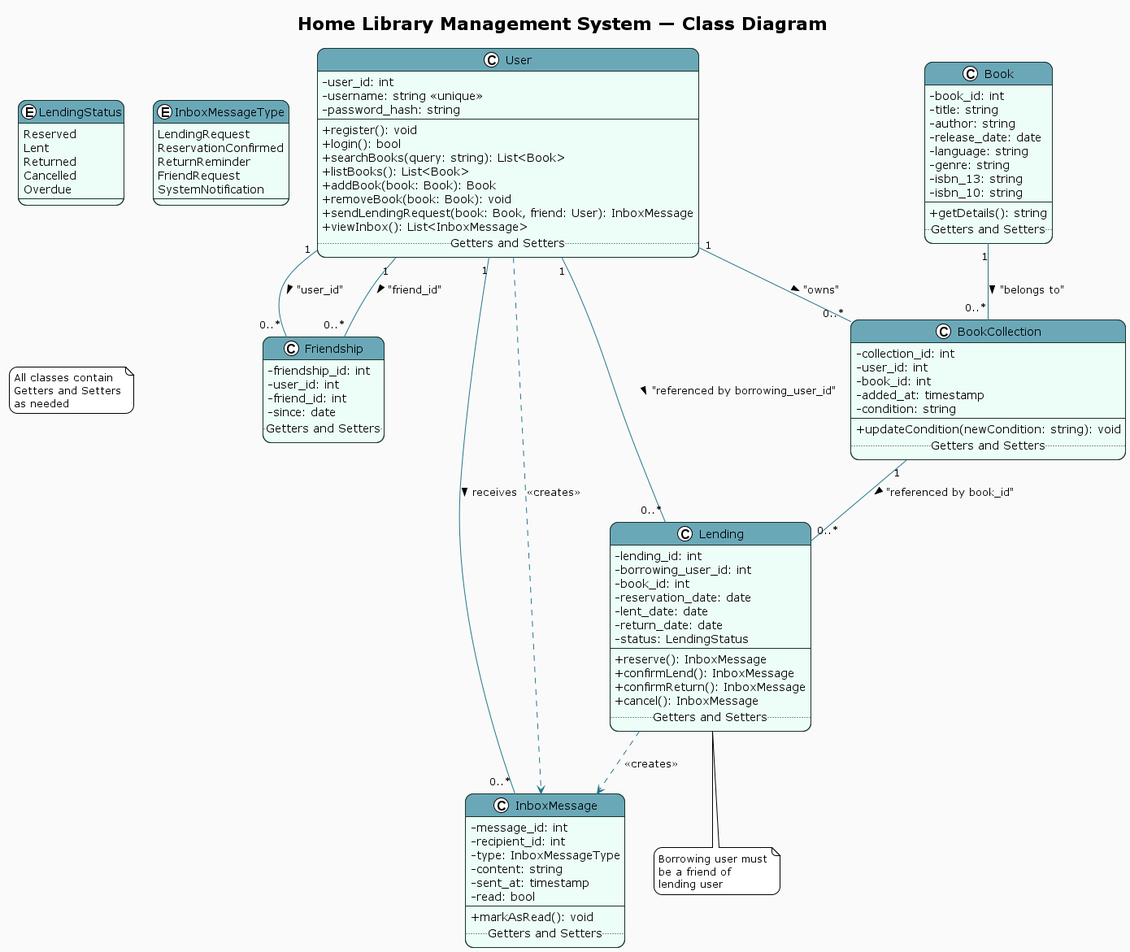
The PlantUML diagram docs/diagrams/out/library_class_diagram.png in c0pson/026_DSA_4_COPEK, before a commit.
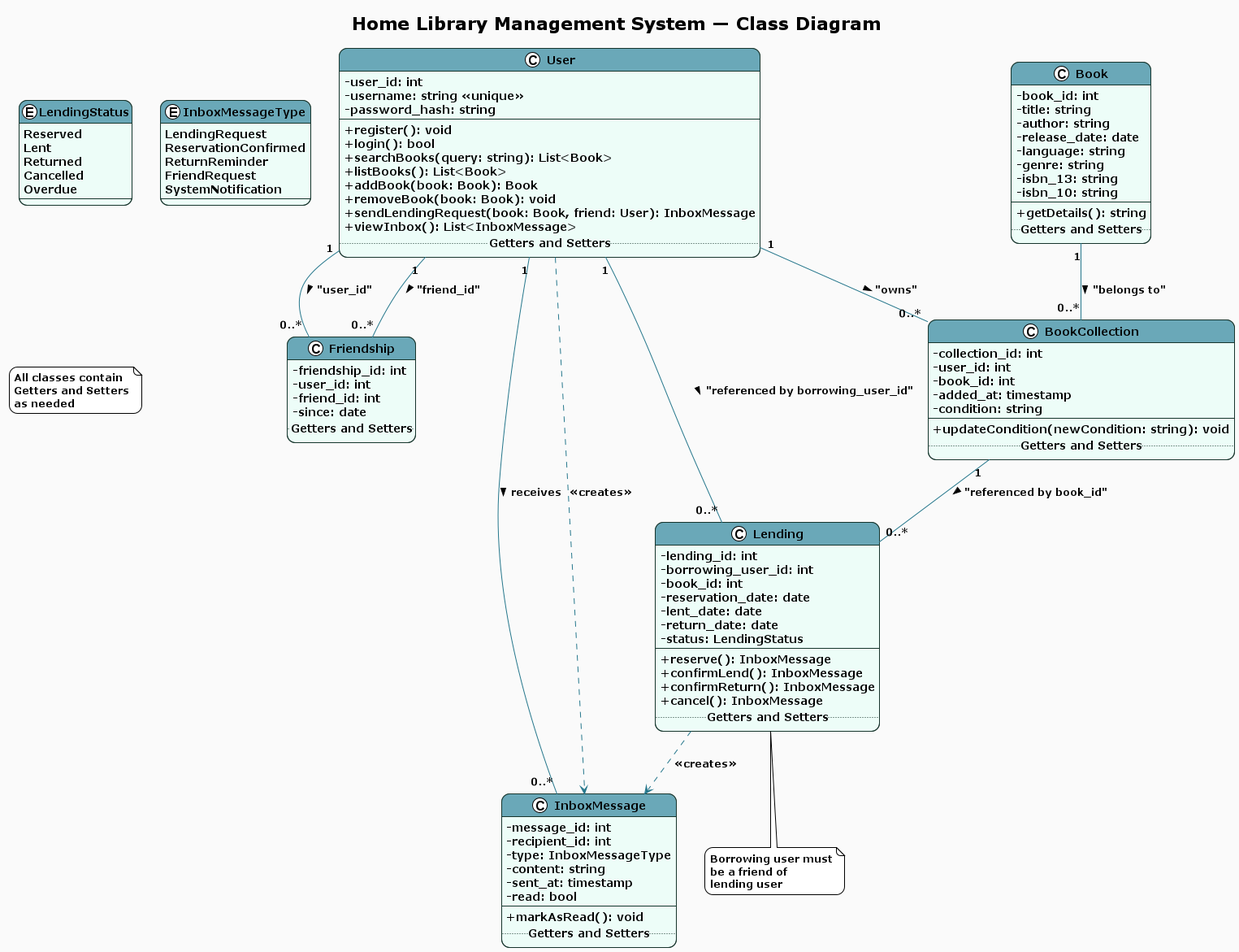
After the commit.

Diff of the diagram source:
```diff
@@ -1,4 +1,5 @@
-@startuml
+@startuml Class Diagram
+
 !theme plain
 skinparam ClassAttributeIconSize 0
 skinparam BackgroundColor #FAFAFA
```
